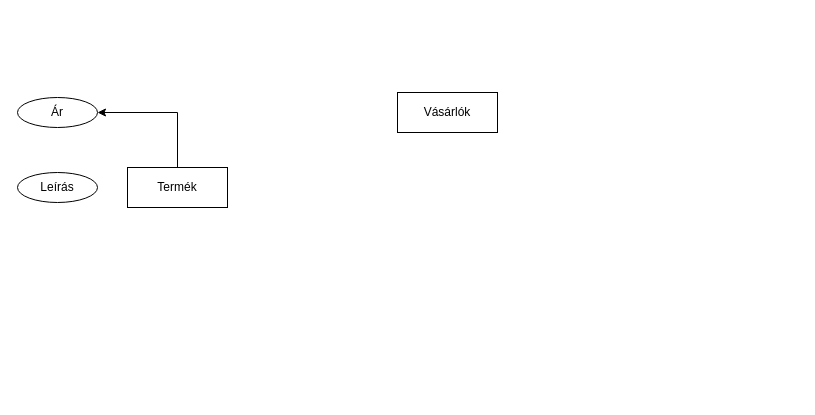
This is FirstDiagram.drawio from Szitka007/ER_Diagram, a draw.io file, before an edit. Source tidied: cells renumbered, new cells numbered last; positions are measured from the earlier drawing's top-left corner, leaving out a move shared by most shapes. Both pictures are drawn from the tidied source at 100%, with x=0, y=0 at pixel (17, 92).
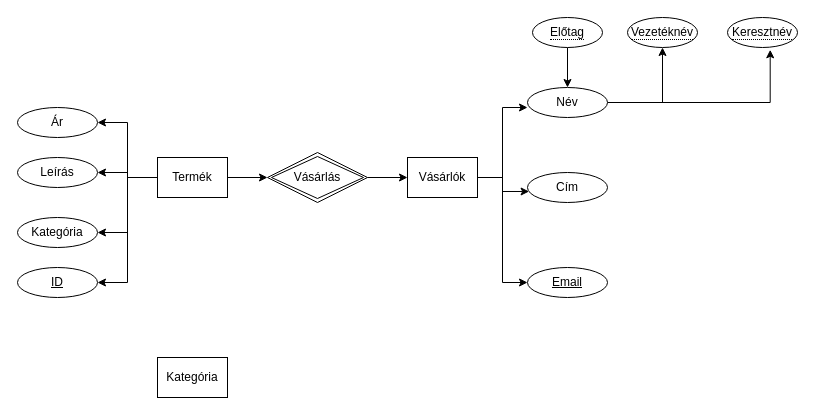
After the change.

What changed in the source:
```diff
@@
-    <mxCell id="2" style="edgeStyle=orthogonalEdgeStyle;rounded=0;jettySize=auto;html=1;" parent="1" edge="1" source="3" target="5">
-      <mxGeometry relative="1" as="geometry">
-        <Array as="points">
-          <mxPoint x="160" y="20" />
-        </Array>
-      </mxGeometry>
+    <mxCell id="2" style="edgeStyle=orthogonalEdgeStyle;rounded=0;jettySize=auto;html=1;entryX=1;entryY=0.5;entryDx=0;entryDy=0;" parent="1" edge="1" source="3" target="5">
+      <mxGeometry relative="1" as="geometry" />
     </mxCell>
+    <mxCell id="7" style="edgeStyle=orthogonalEdgeStyle;rounded=0;jettySize=auto;html=1;entryX=1;entryY=0.5;entryDx=0;entryDy=0;" parent="1" edge="1" source="3" target="6">
+      <mxGeometry relative="1" as="geometry" />
+    </mxCell>
+    <mxCell id="8" style="edgeStyle=orthogonalEdgeStyle;rounded=0;jettySize=auto;html=1;entryX=1;entryY=0.5;entryDx=0;entryDy=0;" parent="1" edge="1" source="3" target="14">
+      <mxGeometry relative="1" as="geometry" />
+    </mxCell>
+    <mxCell id="9" style="edgeStyle=orthogonalEdgeStyle;rounded=0;jettySize=auto;html=1;entryX=0;entryY=0.5;entryDx=0;entryDy=0;" parent="1" edge="1" source="3" target="21">
+      <mxGeometry relative="1" as="geometry" />
+    </mxCell>
+    <mxCell id="10" style="edgeStyle=orthogonalEdgeStyle;rounded=0;jettySize=auto;html=1;entryX=1;entryY=0.5;entryDx=0;entryDy=0;" parent="1" edge="1" source="3" target="26">
+      <mxGeometry relative="1" as="geometry" />
+    </mxCell>
     <mxCell id="3" value="Termék&lt;br&gt;" style="whiteSpace=wrap;html=1;align=center;" parent="1" vertex="1">
-      <mxGeometry x="110" y="75" width="100" height="40" as="geometry" />
+      <mxGeometry x="140" y="65" width="70" height="40" as="geometry" />
     </mxCell>
+    <mxCell id="11" style="edgeStyle=orthogonalEdgeStyle;rounded=0;jettySize=auto;html=1;entryX=0;entryY=0.667;entryDx=0;entryDy=0;entryPerimeter=0;" parent="1" edge="1" source="4" target="17">
+      <mxGeometry relative="1" as="geometry" />
+    </mxCell>
+    <mxCell id="12" style="edgeStyle=orthogonalEdgeStyle;rounded=0;jettySize=auto;html=1;entryX=0.02;entryY=0.633;entryDx=0;entryDy=0;entryPerimeter=0;" parent="1" edge="1" source="4" target="18">
+      <mxGeometry relative="1" as="geometry" />
+    </mxCell>
+    <mxCell id="13" style="edgeStyle=orthogonalEdgeStyle;rounded=0;jettySize=auto;html=1;entryX=0;entryY=0.5;entryDx=0;entryDy=0;" parent="1" edge="1" source="4" target="19">
+      <mxGeometry relative="1" as="geometry" />
+    </mxCell>
     <mxCell id="4" value="Vásárlók" style="whiteSpace=wrap;html=1;align=center;" parent="1" vertex="1">
-      <mxGeometry x="380" width="100" height="40" as="geometry" />
+      <mxGeometry x="390" y="65" width="70" height="40" as="geometry" />
     </mxCell>
     <mxCell id="5" value="Ár" style="ellipse;whiteSpace=wrap;html=1;align=center;" parent="1" vertex="1">
-      <mxGeometry y="5" width="80" height="30" as="geometry" />
+      <mxGeometry y="15" width="80" height="30" as="geometry" />
     </mxCell>
     <mxCell id="6" value="Leírás" style="ellipse;whiteSpace=wrap;html=1;align=center;" parent="1" vertex="1">
-      <mxGeometry y="80" width="80" height="30" as="geometry" />
+      <mxGeometry y="65" width="80" height="30" as="geometry" />
     </mxCell>
+    <mxCell id="14" value="Kategória" style="ellipse;whiteSpace=wrap;html=1;align=center;" parent="1" vertex="1">
+      <mxGeometry y="125" width="80" height="30" as="geometry" />
+    </mxCell>
+    <mxCell id="15" style="edgeStyle=orthogonalEdgeStyle;rounded=0;jettySize=auto;html=1;entryX=0.5;entryY=1;entryDx=0;entryDy=0;" parent="1" edge="1" source="17" target="22">
+      <mxGeometry relative="1" as="geometry" />
+    </mxCell>
+    <mxCell id="16" style="edgeStyle=orthogonalEdgeStyle;rounded=0;jettySize=auto;html=1;entryX=0.61;entryY=1.076;entryDx=0;entryDy=0;entryPerimeter=0;" parent="1" edge="1" source="17" target="23">
+      <mxGeometry relative="1" as="geometry" />
+    </mxCell>
+    <mxCell id="17" value="Név" style="ellipse;whiteSpace=wrap;html=1;align=center;" parent="1" vertex="1">
+      <mxGeometry x="510" y="-5" width="80" height="30" as="geometry" />
+    </mxCell>
+    <mxCell id="18" value="Cím" style="ellipse;whiteSpace=wrap;html=1;align=center;" parent="1" vertex="1">
+      <mxGeometry x="510" y="80" width="80" height="30" as="geometry" />
+    </mxCell>
+    <mxCell id="19" value="Email" style="ellipse;whiteSpace=wrap;html=1;align=center;fontStyle=4;" parent="1" vertex="1">
+      <mxGeometry x="510" y="175" width="80" height="30" as="geometry" />
+    </mxCell>
+    <mxCell id="20" style="edgeStyle=orthogonalEdgeStyle;rounded=0;jettySize=auto;html=1;entryX=0;entryY=0.5;entryDx=0;entryDy=0;" parent="1" edge="1" source="21" target="4">
+      <mxGeometry relative="1" as="geometry" />
+    </mxCell>
+    <mxCell id="21" value="Vásárlás" style="shape=rhombus;double=1;perimeter=rhombusPerimeter;whiteSpace=wrap;html=1;align=center;" parent="1" vertex="1">
+      <mxGeometry x="250" y="60" width="100" height="50" as="geometry" />
+    </mxCell>
+    <mxCell id="22" value="&lt;span style=&quot;border-bottom: 1px dotted&quot;&gt;Vezetéknév&lt;/span&gt;" style="ellipse;whiteSpace=wrap;html=1;align=center;" parent="1" vertex="1">
+      <mxGeometry x="610" y="-75" width="70" height="30" as="geometry" />
+    </mxCell>
+    <mxCell id="23" value="&lt;span style=&quot;border-bottom: 1px dotted&quot;&gt;Keresztnév&lt;/span&gt;" style="ellipse;whiteSpace=wrap;html=1;align=center;" parent="1" vertex="1">
+      <mxGeometry x="710" y="-75" width="70" height="30" as="geometry" />
+    </mxCell>
+    <mxCell id="24" style="edgeStyle=orthogonalEdgeStyle;rounded=0;jettySize=auto;html=1;" parent="1" edge="1" source="25" target="17">
+      <mxGeometry relative="1" as="geometry" />
+    </mxCell>
+    <mxCell id="25" value="&lt;span style=&quot;border-bottom: 1px dotted&quot;&gt;Előtag&lt;/span&gt;" style="ellipse;whiteSpace=wrap;html=1;align=center;" parent="1" vertex="1">
+      <mxGeometry x="515" y="-75" width="70" height="30" as="geometry" />
+    </mxCell>
+    <mxCell id="26" value="ID" style="ellipse;whiteSpace=wrap;html=1;align=center;fontStyle=4;" parent="1" vertex="1">
+      <mxGeometry y="175" width="80" height="30" as="geometry" />
+    </mxCell>
+    <mxCell id="27" value="Kategória" style="whiteSpace=wrap;html=1;align=center;" parent="1" vertex="1">
+      <mxGeometry x="140" y="265" width="70" height="40" as="geometry" />
+    </mxCell>
```
